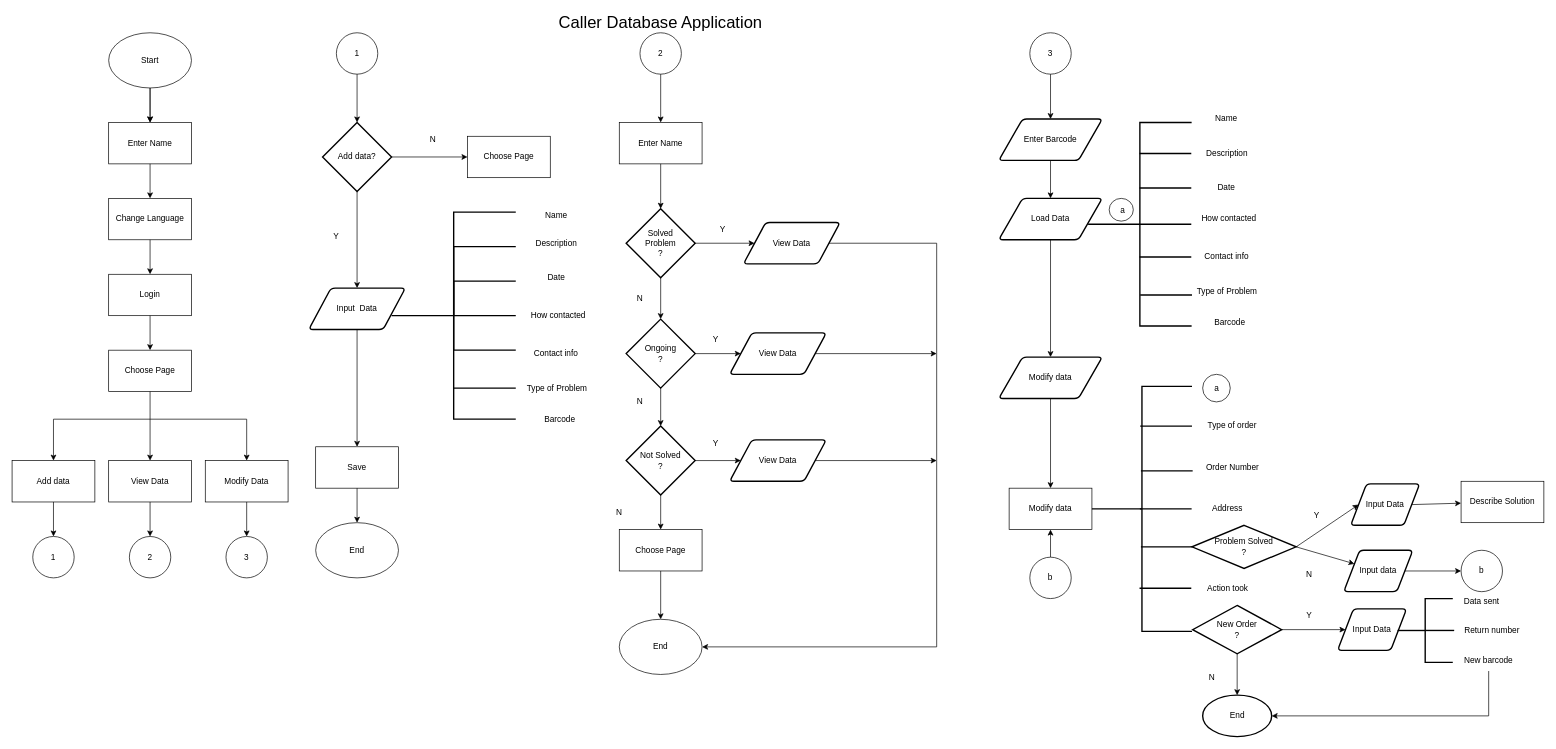
Earlier version of the draw.io diagram deliverable 3/Flowchart.drawio (D3153/SystemDevTermProject). Source tidied: cells renumbered, new cells numbered last; positions are measured from the earlier drawing's top-left corner, leaving out a move shared by most shapes. Both pictures are drawn from the tidied source at 69%, with x=0, y=0 at pixel (12, 12).
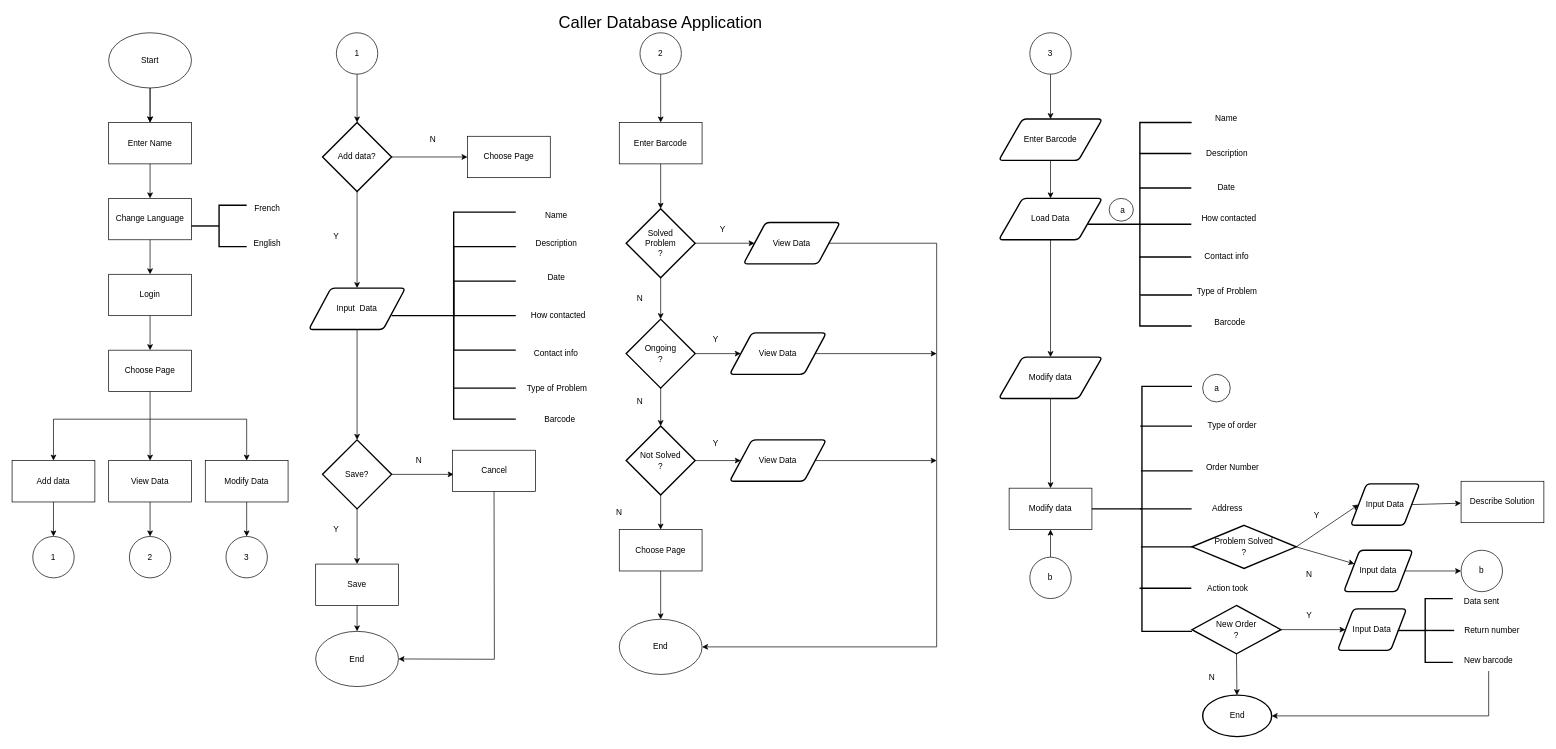
The same diagram, later.

Unchanged cells that the change refers to:
```xml
<mxCell id="35" value="Input&amp;nbsp; Data" style="shape=parallelogram;html=1;strokeWidth=2;perimeter=parallelogramPerimeter;whiteSpace=wrap;rounded=1;arcSize=12;size=0.23;" parent="1" vertex="1">
  <mxGeometry x="430" y="400" width="140" height="60" as="geometry" />
</mxCell>
```

The edit, as a diff of the source:
```diff
@@
-    <mxCell id="36" style="endArrow=classic;html=1;rounded=0;entryX=0.5;entryY=0;entryDx=0;entryDy=0;" parent="1" edge="1" source="35" target="37">
+    <mxCell id="36" style="endArrow=classic;html=1;rounded=0;entryX=0.5;entryY=0;entryDx=0;entryDy=0;entryPerimeter=0;" parent="1" edge="1" source="35" target="154">
       <mxGeometry relative="1" as="geometry" />
     </mxCell>
-    <mxCell id="37" value="Save" style="rounded=0;whiteSpace=wrap;html=1;" parent="1" vertex="1">
-      <mxGeometry x="440" y="630" width="120" height="60" as="geometry" />
-    </mxCell>
     <mxCell id="38" value="End" style="ellipse;whiteSpace=wrap;html=1;" parent="1" vertex="1">
-      <mxGeometry x="440" y="740" width="120" height="80" as="geometry" />
+      <mxGeometry x="440" y="897.5" width="120" height="80" as="geometry" />
     </mxCell>
-    <mxCell id="39" style="endArrow=classic;html=1;rounded=0;entryX=0.5;entryY=0;entryDx=0;entryDy=0;" parent="1" edge="1" source="37" target="38">
-      <mxGeometry relative="1" as="geometry" />
-    </mxCell>
@@
-    <mxCell id="54" value="Enter Name" style="rounded=0;whiteSpace=wrap;html=1;" parent="1" vertex="1">
+    <mxCell id="54" value="Enter Barcode" style="rounded=0;whiteSpace=wrap;html=1;" parent="1" vertex="1">
       <mxGeometry x="880" y="160" width="120" height="60" as="geometry" />
     </mxCell>
@@
     <mxCell id="126" value="New Order&lt;br&gt;?" style="strokeWidth=2;html=1;shape=mxgraph.flowchart.decision;whiteSpace=wrap;" parent="1" vertex="1">
-      <mxGeometry x="1711" y="860" width="129" height="70" as="geometry" />
+      <mxGeometry x="1710" y="860" width="129" height="70" as="geometry" />
     </mxCell>
@@
+    <mxCell id="151" style="strokeWidth=2;html=1;shape=mxgraph.flowchart.annotation_2;align=left;labelPosition=right;" parent="1" vertex="1">
+      <mxGeometry x="260" y="280" width="80" height="60" as="geometry" />
+    </mxCell>
+    <mxCell id="152" value="French" style="text;html=1;strokeColor=none;fillColor=none;align=center;verticalAlign=middle;whiteSpace=wrap;rounded=0;" parent="1" vertex="1">
+      <mxGeometry x="340" y="270" width="60" height="30" as="geometry" />
+    </mxCell>
+    <mxCell id="153" value="English" style="text;html=1;strokeColor=none;fillColor=none;align=center;verticalAlign=middle;whiteSpace=wrap;rounded=0;" parent="1" vertex="1">
+      <mxGeometry x="340" y="320" width="60" height="30" as="geometry" />
+    </mxCell>
+    <mxCell id="154" value="Save?" style="strokeWidth=2;html=1;shape=mxgraph.flowchart.decision;whiteSpace=wrap;" parent="1" vertex="1">
+      <mxGeometry x="450" y="620" width="100" height="100" as="geometry" />
+    </mxCell>
+    <mxCell id="155" style="endArrow=classic;html=1;rounded=0;exitX=1;exitY=0.5;exitDx=0;exitDy=0;exitPerimeter=0;" parent="1" edge="1" source="154">
+      <mxGeometry relative="1" as="geometry">
+        <mxPoint x="640" y="670" as="targetPoint" />
+      </mxGeometry>
+    </mxCell>
+    <mxCell id="156" value="N" style="text;html=1;strokeColor=none;fillColor=none;align=center;verticalAlign=middle;whiteSpace=wrap;rounded=0;" parent="1" vertex="1">
+      <mxGeometry x="560" y="635" width="60" height="30" as="geometry" />
+    </mxCell>
+    <mxCell id="157" style="endArrow=classic;html=1;rounded=0;exitX=0.5;exitY=1;exitDx=0;exitDy=0;exitPerimeter=0;entryX=0.5;entryY=0;entryDx=0;entryDy=0;" parent="1" edge="1" source="154" target="37">
+      <mxGeometry relative="1" as="geometry" />
+    </mxCell>
+    <mxCell id="37" value="Save" style="rounded=0;whiteSpace=wrap;html=1;" parent="1" vertex="1">
+      <mxGeometry x="440" y="800" width="120" height="60" as="geometry" />
+    </mxCell>
+    <mxCell id="158" value="Cancel" style="rounded=0;whiteSpace=wrap;html=1;" parent="1" vertex="1">
+      <mxGeometry x="638.5" y="635" width="120" height="60" as="geometry" />
+    </mxCell>
+    <mxCell id="159" value="Y" style="text;html=1;strokeColor=none;fillColor=none;align=center;verticalAlign=middle;whiteSpace=wrap;rounded=0;" parent="1" vertex="1">
+      <mxGeometry x="440" y="735" width="60" height="30" as="geometry" />
+    </mxCell>
+    <mxCell id="39" style="endArrow=classic;html=1;rounded=0;exitX=0.5;exitY=1;exitDx=0;exitDy=0;entryX=0.5;entryY=0;entryDx=0;entryDy=0;" parent="1" edge="1" source="37" target="38">
+      <mxGeometry relative="1" as="geometry" />
+    </mxCell>
+    <mxCell id="160" style="endArrow=classic;html=1;rounded=0;entryX=1;entryY=0.5;entryDx=0;entryDy=0;exitX=0.5;exitY=1;exitDx=0;exitDy=0;" parent="1" edge="1" source="158" target="38">
+      <mxGeometry relative="1" as="geometry">
+        <Array as="points">
+          <mxPoint x="699" y="938" />
+        </Array>
+      </mxGeometry>
+    </mxCell>
```
